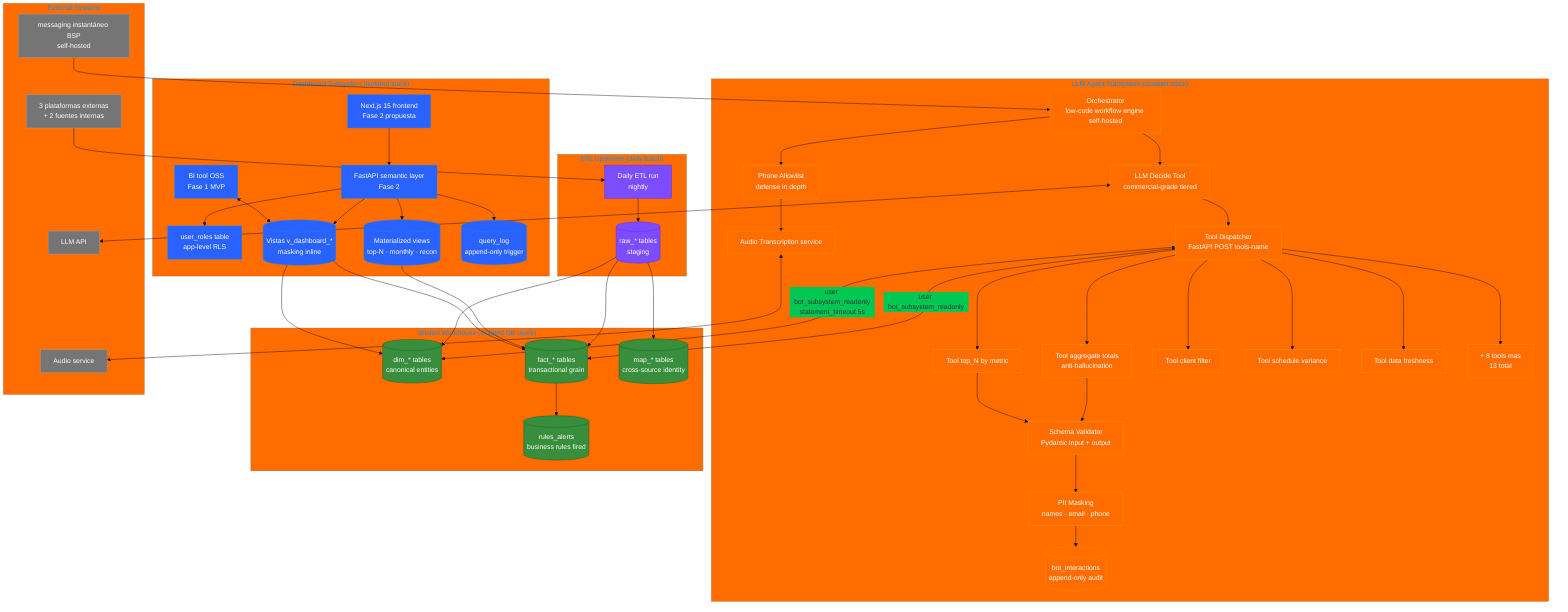
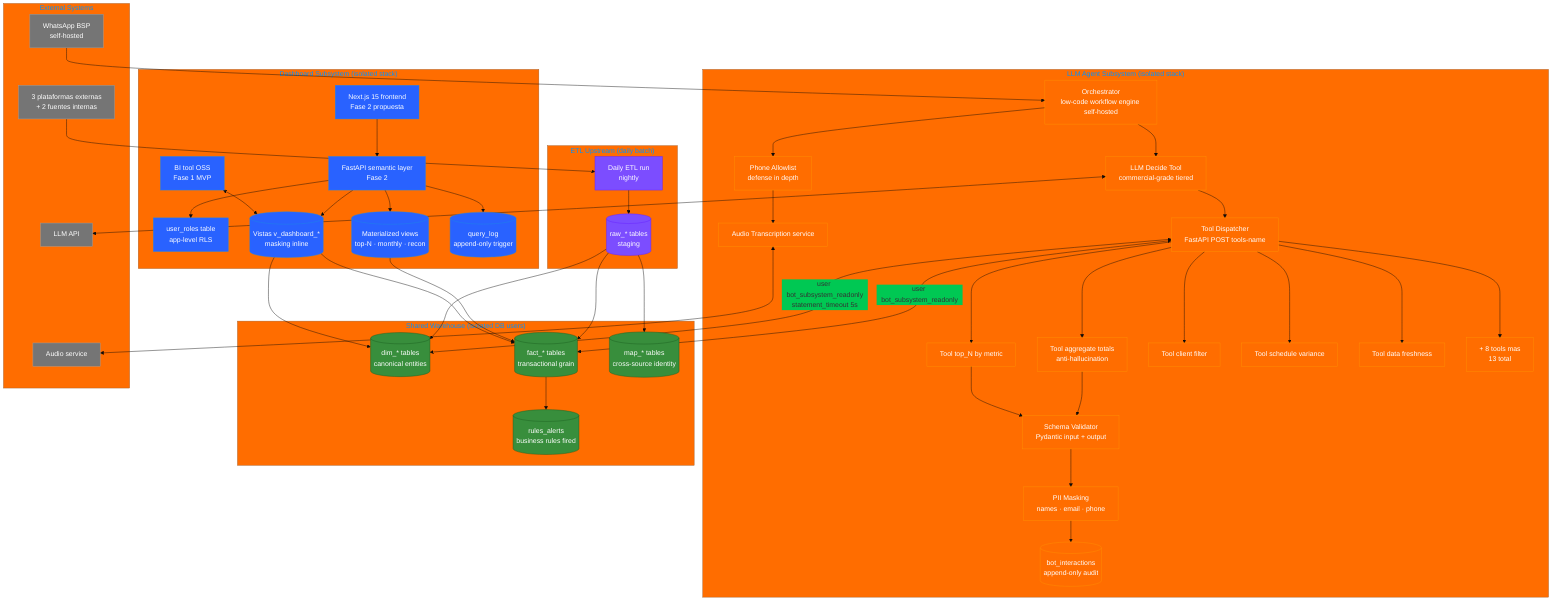
%%{init: {'theme': 'base', 'themeVariables': { 'primaryColor': '#2962FF', 'secondaryColor': '#00C853', 'tertiaryColor': '#FF6D00'}}}%%

flowchart TB
    subgraph bot_subsystem["LLM Agent Subsystem (isolated stack)"]
        ORCH["Orchestrator<br/>low-code workflow engine self-hosted"]
        ALLOWLIST["Phone Allowlist<br/>defense in depth"]
        AUDIO["Audio Transcription service"]
        LLM_DECIDE["LLM Decide Tool<br/>commercial-grade tiered"]
        TOOL_DISPATCH["Tool Dispatcher<br/>FastAPI POST tools-name"]
        TOOL_TOP_N["Tool top_N by metric"]
        TOOL_AGGR["Tool aggregate totals<br/>anti-hallucination"]
        TOOL_CLIENT["Tool client filter"]
        TOOL_SCHED["Tool schedule variance"]
        TOOL_FRESH["Tool data freshness"]
        TOOL_MORE["+ 8 tools mas<br/>13 total"]
        SCHEMA_VAL["Schema Validator<br/>Pydantic input + output"]
        PII_MASK_BOT["PII Masking<br/>names · email · phone"]
        AUDIT_BOT[("bot_interactions<br/>append-only audit")]
    end

    subgraph dashboard_subsystem["Dashboard Subsystem (isolated stack)"]
        MB["BI tool OSS<br/>Fase 1 MVP"]
        NEXT["Next.js 15 frontend<br/>Fase 2 propuesta"]
        FASTAPI_DASH["FastAPI semantic layer<br/>Fase 2"]
        AUTH_APP["user_roles table<br/>app-level RLS"]
        DASH_VIEWS[("Vistas v_dashboard_*<br/>masking inline")]
        AGGR_MV[("Materialized views<br/>top-N · monthly · recon")]
        QUERY_LOG[("query_log<br/>append-only trigger")]
    end

    subgraph shared_db["Shared Warehouse (isolated DB users)"]
        DIM[("dim_* tables<br/>canonical entities")]
        FACT[("fact_* tables<br/>transactional grain")]
        MAP[("map_* tables<br/>cross-source identity")]
        ALERTS[("rules_alerts<br/>business rules fired")]
    end

    subgraph etl["ETL Upstream (daily batch)"]
        ETL_RUN["Daily ETL run<br/>nightly"]
        RAW[("raw_* tables<br/>staging")]
    end

    subgraph external["External Systems"]
-         EXT_WA["messaging instantáneo BSP<br/>self-hosted"]
+         EXT_WA["WhatsApp BSP<br/>self-hosted"]
        EXT_LLM["LLM API"]
        EXT_AUDIO["Audio service"]
        EXT_SOURCES["3 plataformas externas<br/>+ 2 fuentes internas"]
    end

    EXT_WA --> ORCH
    ORCH --> ALLOWLIST
    ALLOWLIST --> AUDIO
    AUDIO <--> EXT_AUDIO
    ORCH --> LLM_DECIDE
    LLM_DECIDE <--> EXT_LLM
    LLM_DECIDE --> TOOL_DISPATCH
    TOOL_DISPATCH --> TOOL_TOP_N
    TOOL_DISPATCH --> TOOL_AGGR
    TOOL_DISPATCH --> TOOL_CLIENT
    TOOL_DISPATCH --> TOOL_SCHED
    TOOL_DISPATCH --> TOOL_FRESH
    TOOL_DISPATCH --> TOOL_MORE
    TOOL_TOP_N --> SCHEMA_VAL
    TOOL_AGGR --> SCHEMA_VAL
    SCHEMA_VAL --> PII_MASK_BOT
    PII_MASK_BOT --> AUDIT_BOT

    TOOL_DISPATCH <-->|user bot_subsystem_readonly<br/>statement_timeout 5s| DIM
    TOOL_DISPATCH <-->|user bot_subsystem_readonly| FACT

    MB <--> DASH_VIEWS
    NEXT --> FASTAPI_DASH
    FASTAPI_DASH --> AUTH_APP
    FASTAPI_DASH --> DASH_VIEWS
    FASTAPI_DASH --> AGGR_MV
    DASH_VIEWS --> DIM
    DASH_VIEWS --> FACT
    AGGR_MV --> FACT
    FASTAPI_DASH --> QUERY_LOG

    EXT_SOURCES --> ETL_RUN
    ETL_RUN --> RAW
    RAW --> DIM
    RAW --> FACT
    RAW --> MAP
    FACT --> ALERTS

    classDef bot fill:#FF6D00,stroke:#FF9100,color:white
    classDef dash fill:#2962FF,stroke:#1E88E5,color:white
    classDef db fill:#388E3C,stroke:#1B5E20,color:white
    classDef etl fill:#7C4DFF,stroke:#651FFF,color:white
    classDef external fill:#757575,stroke:#9E9E9E,color:white

    class ORCH,ALLOWLIST,AUDIO,LLM_DECIDE,TOOL_DISPATCH,TOOL_TOP_N,TOOL_AGGR,TOOL_CLIENT,TOOL_SCHED,TOOL_FRESH,TOOL_MORE,SCHEMA_VAL,PII_MASK_BOT,AUDIT_BOT bot
    class MB,NEXT,FASTAPI_DASH,AUTH_APP,DASH_VIEWS,AGGR_MV,QUERY_LOG dash
    class DIM,FACT,MAP,ALERTS db
    class ETL_RUN,RAW etl
    class EXT_WA,EXT_LLM,EXT_AUDIO,EXT_SOURCES external

%% Notes
%% 2 subsistemas con aislamiento absoluto: codigo + BD users + containers
%% + secrets + deploy independientes. BD compartida con users distintos.
%% Bot: workflow orchestrator + LLM decide + FastAPI tool dispatcher con
%% 13 tools tipadas Pydantic + schema validator + PII masking + audit log.
%% Dashboard: BI tool MVP + Next.js Fase 2 + FastAPI semantic layer
%% + app-level authorization + vistas con masking + materialized views.
